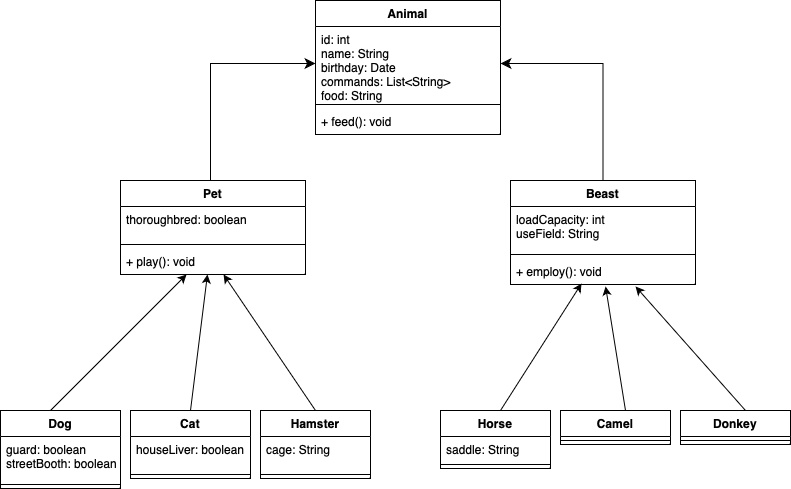
mariarchie/FinalAssessment keeps this draw.io diagram as Animals Diagram.drawio.png. Above is the earlier version. Source tidied: cells renumbered, new cells last; positions are measured from the earlier drawing's top-left corner, leaving out a move shared by most shapes.
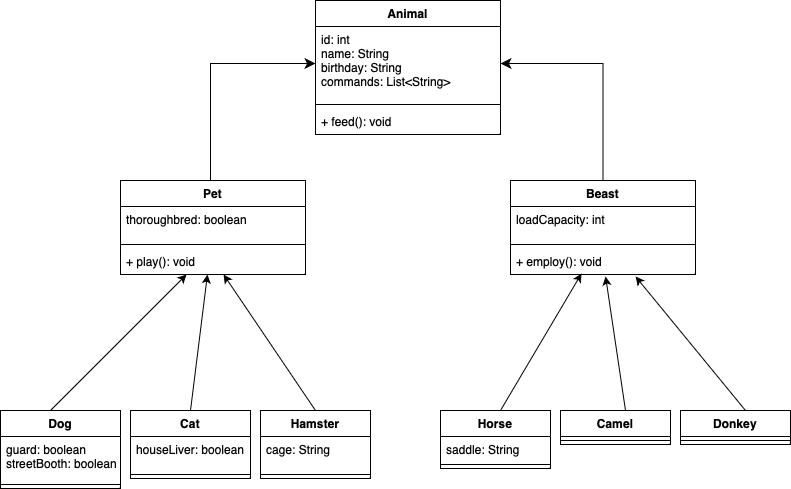
Later version of the same file.

Commit message:
Animals Diagram Update.drawio.png

Diff of the diagram source:
```diff
@@ -5,7 +5,7 @@
     <mxCell id="2" value="Animal" style="swimlane;fontStyle=1;align=center;verticalAlign=top;horizontal=1;startSize=26;" parent="1" vertex="1">
       <mxGeometry x="315" width="185" height="134" as="geometry" />
     </mxCell>
-    <mxCell id="3" value="id: int&#10;name: String&#10;birthday: Date&#10;commands: List&lt;String&gt;&#10;food: String" style="text;strokeColor=none;fillColor=none;align=left;verticalAlign=top;spacingLeft=4;spacingRight=4;overflow=hidden;points=[[0,0.5],[1,0.5]];portConstraint=eastwest;" parent="2" vertex="1">
+    <mxCell id="3" value="id: int&#10;name: String&#10;birthday: String&#10;commands: List&lt;String&gt;&#10;" style="text;strokeColor=none;fillColor=none;align=left;verticalAlign=top;spacingLeft=4;spacingRight=4;overflow=hidden;points=[[0,0.5],[1,0.5]];portConstraint=eastwest;" parent="2" vertex="1">
       <mxGeometry y="26" width="185" height="74" as="geometry" />
     </mxCell>
     <mxCell id="4" style="line;strokeWidth=1;fillColor=none;align=left;verticalAlign=middle;spacingTop=-1;spacingLeft=3;spacingRight=3;labelPosition=right;strokeColor=inherit;" parent="2" vertex="1">
@@ -27,16 +27,16 @@
       <mxGeometry y="68" width="185" height="26" as="geometry" />
     </mxCell>
     <mxCell id="10" value="Beast" style="swimlane;fontStyle=1;align=center;verticalAlign=top;horizontal=1;startSize=26;" parent="1" vertex="1">
-      <mxGeometry x="510" y="180" width="185" height="104" as="geometry" />
+      <mxGeometry x="510" y="180" width="185" height="94" as="geometry" />
     </mxCell>
-    <mxCell id="11" value="loadCapacity: int&#10;useField: String&#10;" style="text;strokeColor=none;fillColor=none;align=left;verticalAlign=top;spacingLeft=4;spacingRight=4;overflow=hidden;" parent="10" vertex="1">
-      <mxGeometry y="26" width="185" height="44" as="geometry" />
+    <mxCell id="11" value="loadCapacity: int" style="text;strokeColor=none;fillColor=none;align=left;verticalAlign=top;spacingLeft=4;spacingRight=4;overflow=hidden;" parent="10" vertex="1">
+      <mxGeometry y="26" width="185" height="34" as="geometry" />
     </mxCell>
     <mxCell id="12" style="line;strokeWidth=1;fillColor=none;align=left;verticalAlign=middle;spacingTop=-1;spacingLeft=3;spacingRight=3;labelPosition=right;strokeColor=inherit;" parent="10" vertex="1">
-      <mxGeometry y="70" width="185" height="8" as="geometry" />
+      <mxGeometry y="60" width="185" height="8" as="geometry" />
     </mxCell>
     <mxCell id="13" value="+ employ(): void" style="text;strokeColor=none;fillColor=none;align=left;verticalAlign=top;spacingLeft=4;spacingRight=4;overflow=hidden;points=[[0,0.5],[1,0.5]];portConstraint=eastwest;" parent="10" vertex="1">
-      <mxGeometry y="78" width="185" height="26" as="geometry" />
+      <mxGeometry y="68" width="185" height="26" as="geometry" />
     </mxCell>
     <mxCell id="14" style="edgeStyle=segmentEdgeStyle;endArrow=classic;html=1;curved=0;rounded=0;endSize=8;startSize=8;entryX=1;entryY=0.5;entryDx=0;entryDy=0;exitX=0.5;exitY=0;exitDx=0;exitDy=0;" parent="1" edge="1" source="10" target="3">
       <mxGeometry relative="1" as="geometry">
```
